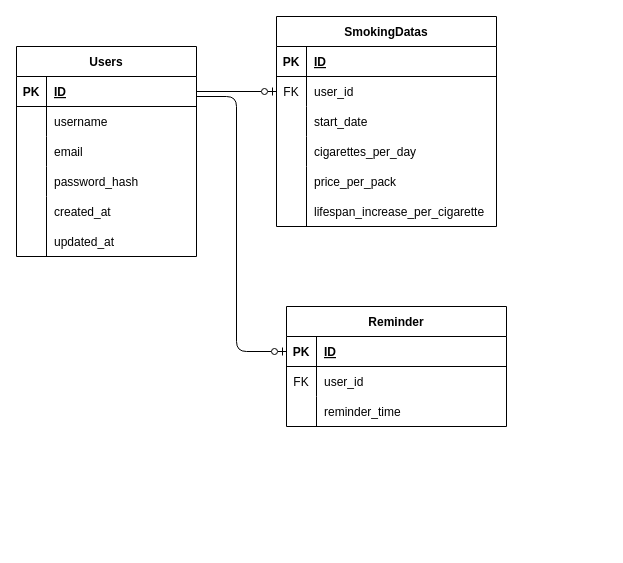
Earlier version of the draw.io diagram er.dio (hoshino1212/portfolio). Source tidied: cells renumbered, new cells numbered last; positions are measured from the earlier drawing's top-left corner, leaving out a move shared by most shapes. Both pictures are drawn from the tidied source at 100%, with x=0, y=0 at pixel (16, 16).
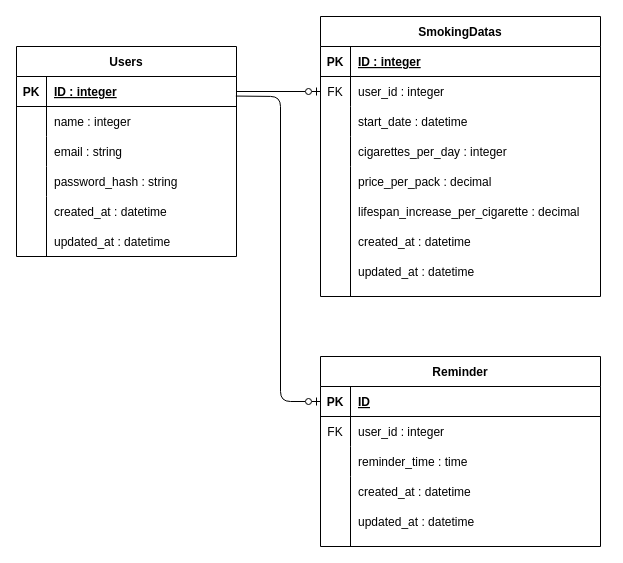
Above is the later version.

The change refers to these unchanged cells:
```xml
<mxCell id="15" style="shape=tableRow;horizontal=0;startSize=0;swimlaneHead=0;swimlaneBody=0;fillColor=none;top=0;left=0;right=0;bottom=0;" parent="1" vertex="1">
  <mxGeometry y="180" width="180" height="30" as="geometry" />
</mxCell>
```

Change to the diagram source:
```diff
@@
     <mxCell id="2" value="Users" style="shape=table;startSize=30;childLayout=tableLayout;rowLines=0;fontStyle=1;align=center;" parent="1" vertex="1">
-      <mxGeometry y="30" width="180" height="210" as="geometry" />
+      <mxGeometry y="30" width="220" height="210" as="geometry" />
     </mxCell>
     <mxCell id="3" style="shape=tableRow;horizontal=0;startSize=0;swimlaneHead=0;swimlaneBody=0;fillColor=none;points=[[0,0.5],[1,0.5]];portConstraint=eastwest;top=0;left=0;right=0;bottom=1;" parent="2" vertex="1">
-      <mxGeometry y="30" width="180" height="30" as="geometry" />
+      <mxGeometry y="30" width="220" height="30" as="geometry" />
     </mxCell>
@@
-    <mxCell id="5" value="ID" style="shape=partialRectangle;fillColor=none;top=0;left=0;bottom=0;right=0;align=left;spacingLeft=6;fontStyle=5;overflow=hidden;" parent="3" vertex="1">
-      <mxGeometry x="30" width="150" height="30" as="geometry" />
+    <mxCell id="5" value="ID : integer" style="shape=partialRectangle;fillColor=none;top=0;left=0;bottom=0;right=0;align=left;spacingLeft=6;fontStyle=5;overflow=hidden;" parent="3" vertex="1">
+      <mxGeometry x="30" width="190" height="30" as="geometry" />
     </mxCell>
     <mxCell id="6" style="shape=tableRow;horizontal=0;startSize=0;swimlaneHead=0;swimlaneBody=0;fillColor=none;top=0;left=0;right=0;bottom=0;" parent="2" vertex="1">
-      <mxGeometry y="60" width="180" height="30" as="geometry" />
+      <mxGeometry y="60" width="220" height="30" as="geometry" />
     </mxCell>
@@
-    <mxCell id="8" value="username" style="shape=partialRectangle;fillColor=none;top=0;left=0;bottom=0;right=0;align=left;spacingLeft=6;overflow=hidden;" parent="6" vertex="1">
-      <mxGeometry x="30" width="150" height="30" as="geometry" />
+    <mxCell id="8" value="name : integer" style="shape=partialRectangle;fillColor=none;top=0;left=0;bottom=0;right=0;align=left;spacingLeft=6;overflow=hidden;" parent="6" vertex="1">
+      <mxGeometry x="30" width="190" height="30" as="geometry" />
     </mxCell>
     <mxCell id="9" style="shape=tableRow;horizontal=0;startSize=0;swimlaneHead=0;swimlaneBody=0;fillColor=none;top=0;left=0;right=0;bottom=0;" parent="2" vertex="1">
-      <mxGeometry y="90" width="180" height="30" as="geometry" />
+      <mxGeometry y="90" width="220" height="30" as="geometry" />
     </mxCell>
@@
-    <mxCell id="11" value="email" style="shape=partialRectangle;fillColor=none;top=0;left=0;bottom=0;right=0;align=left;spacingLeft=6;overflow=hidden;" parent="9" vertex="1">
-      <mxGeometry x="30" width="150" height="30" as="geometry" />
+    <mxCell id="11" value="email : string" style="shape=partialRectangle;fillColor=none;top=0;left=0;bottom=0;right=0;align=left;spacingLeft=6;overflow=hidden;" parent="9" vertex="1">
+      <mxGeometry x="30" width="190" height="30" as="geometry" />
     </mxCell>
     <mxCell id="12" style="shape=tableRow;horizontal=0;startSize=0;swimlaneHead=0;swimlaneBody=0;fillColor=none;top=0;left=0;right=0;bottom=0;" parent="2" vertex="1">
-      <mxGeometry y="120" width="180" height="30" as="geometry" />
+      <mxGeometry y="120" width="220" height="30" as="geometry" />
     </mxCell>
@@
-    <mxCell id="14" value="password_hash" style="shape=partialRectangle;fillColor=none;top=0;left=0;bottom=0;right=0;align=left;spacingLeft=6;overflow=hidden;" parent="12" vertex="1">
-      <mxGeometry x="30" width="150" height="30" as="geometry" />
+    <mxCell id="14" value="password_hash : string" style="shape=partialRectangle;fillColor=none;top=0;left=0;bottom=0;right=0;align=left;spacingLeft=6;overflow=hidden;" parent="12" vertex="1">
+      <mxGeometry x="30" width="190" height="30" as="geometry" />
     </mxCell>
@@
-    <mxCell id="17" value="created_at" style="shape=partialRectangle;fillColor=none;top=0;left=0;bottom=0;right=0;align=left;spacingLeft=6;overflow=hidden;strokeColor=default;" parent="15" vertex="1">
+    <mxCell id="17" value="created_at : datetime" style="shape=partialRectangle;fillColor=none;top=0;left=0;bottom=0;right=0;align=left;spacingLeft=6;overflow=hidden;strokeColor=default;" parent="15" vertex="1">
       <mxGeometry x="30" width="150" height="30" as="geometry" />
     </mxCell>
-    <mxCell id="18" value="updated_at" style="shape=partialRectangle;fillColor=none;top=0;left=0;bottom=0;right=0;align=left;spacingLeft=6;overflow=hidden;strokeColor=default;" parent="1" vertex="1">
+    <mxCell id="18" value="updated_at : datetime" style="shape=partialRectangle;fillColor=none;top=0;left=0;bottom=0;right=0;align=left;spacingLeft=6;overflow=hidden;strokeColor=default;" parent="1" vertex="1">
       <mxGeometry x="30" y="210" width="150" height="30" as="geometry" />
     </mxCell>
@@
     <mxCell id="20" value="SmokingDatas" style="shape=table;startSize=30;childLayout=tableLayout;rowLines=0;fontStyle=1;align=center;" parent="1" vertex="1">
-      <mxGeometry x="260" width="220" height="210" as="geometry" />
+      <mxGeometry x="304" width="280" height="280" as="geometry" />
     </mxCell>
     <mxCell id="21" style="shape=tableRow;horizontal=0;startSize=0;swimlaneHead=0;swimlaneBody=0;fillColor=none;top=0;left=0;right=0;bottom=1;" parent="20" vertex="1">
-      <mxGeometry y="30" width="220" height="30" as="geometry" />
+      <mxGeometry y="30" width="280" height="30" as="geometry" />
     </mxCell>
@@
-    <mxCell id="23" value="ID" style="shape=partialRectangle;fillColor=none;top=0;left=0;bottom=0;right=0;align=left;spacingLeft=6;fontStyle=5;overflow=hidden;" parent="21" vertex="1">
-      <mxGeometry x="30" width="190" height="30" as="geometry" />
+    <mxCell id="23" value="ID : integer" style="shape=partialRectangle;fillColor=none;top=0;left=0;bottom=0;right=0;align=left;spacingLeft=6;fontStyle=5;overflow=hidden;" parent="21" vertex="1">
+      <mxGeometry x="30" width="250" height="30" as="geometry" />
     </mxCell>
     <mxCell id="24" style="shape=tableRow;horizontal=0;startSize=0;swimlaneHead=0;swimlaneBody=0;fillColor=none;points=[[0,0.5],[1,0.5]];portConstraint=eastwest;top=0;left=0;right=0;bottom=0;" parent="20" vertex="1">
-      <mxGeometry y="60" width="220" height="30" as="geometry" />
+      <mxGeometry y="60" width="280" height="30" as="geometry" />
     </mxCell>
@@
-    <mxCell id="26" value="user_id" style="shape=partialRectangle;fillColor=none;top=0;left=0;bottom=0;right=0;align=left;spacingLeft=6;overflow=hidden;" parent="24" vertex="1">
-      <mxGeometry x="30" width="190" height="30" as="geometry" />
+    <mxCell id="26" value="user_id : integer" style="shape=partialRectangle;fillColor=none;top=0;left=0;bottom=0;right=0;align=left;spacingLeft=6;overflow=hidden;" parent="24" vertex="1">
+      <mxGeometry x="30" width="250" height="30" as="geometry" />
     </mxCell>
     <mxCell id="27" style="shape=tableRow;horizontal=0;startSize=0;swimlaneHead=0;swimlaneBody=0;fillColor=none;top=0;left=0;right=0;bottom=0;" parent="20" vertex="1">
-      <mxGeometry y="90" width="220" height="30" as="geometry" />
+      <mxGeometry y="90" width="280" height="30" as="geometry" />
     </mxCell>
@@
-    <mxCell id="29" value="start_date" style="shape=partialRectangle;fillColor=none;top=0;left=0;bottom=0;right=0;align=left;spacingLeft=6;overflow=hidden;" parent="27" vertex="1">
-      <mxGeometry x="30" width="190" height="30" as="geometry" />
+    <mxCell id="29" value="start_date : datetime" style="shape=partialRectangle;fillColor=none;top=0;left=0;bottom=0;right=0;align=left;spacingLeft=6;overflow=hidden;" parent="27" vertex="1">
+      <mxGeometry x="30" width="250" height="30" as="geometry" />
     </mxCell>
     <mxCell id="30" style="shape=tableRow;horizontal=0;startSize=0;swimlaneHead=0;swimlaneBody=0;fillColor=none;top=0;left=0;right=0;bottom=0;" parent="20" vertex="1">
-      <mxGeometry y="120" width="220" height="30" as="geometry" />
+      <mxGeometry y="120" width="280" height="30" as="geometry" />
     </mxCell>
@@
-    <mxCell id="32" value="cigarettes_per_day" style="shape=partialRectangle;fillColor=none;top=0;left=0;bottom=0;right=0;align=left;spacingLeft=6;overflow=hidden;" parent="30" vertex="1">
-      <mxGeometry x="30" width="190" height="30" as="geometry" />
+    <mxCell id="32" value="cigarettes_per_day : integer" style="shape=partialRectangle;fillColor=none;top=0;left=0;bottom=0;right=0;align=left;spacingLeft=6;overflow=hidden;" parent="30" vertex="1">
+      <mxGeometry x="30" width="250" height="30" as="geometry" />
     </mxCell>
     <mxCell id="33" style="endArrow=none;html=1;" parent="1" edge="1">
       <mxGeometry relative="1" as="geometry">
-        <mxPoint x="290" y="210" as="sourcePoint" />
-        <mxPoint x="290" y="150" as="targetPoint" />
+        <mxPoint x="334" y="280" as="sourcePoint" />
+        <mxPoint x="334" y="150" as="targetPoint" />
       </mxGeometry>
     </mxCell>
-    <mxCell id="34" value="price_per_pack" style="shape=partialRectangle;fillColor=none;top=0;left=0;bottom=0;right=0;align=left;spacingLeft=6;overflow=hidden;" parent="1" vertex="1">
-      <mxGeometry x="290" y="150" width="150" height="30" as="geometry" />
+    <mxCell id="34" value="price_per_pack : decimal" style="shape=partialRectangle;fillColor=none;top=0;left=0;bottom=0;right=0;align=left;spacingLeft=6;overflow=hidden;" parent="1" vertex="1">
+      <mxGeometry x="334" y="150" width="150" height="30" as="geometry" />
     </mxCell>
-    <mxCell id="35" value="lifespan_increase_per_cigarette" style="shape=partialRectangle;fillColor=none;top=0;left=0;bottom=0;right=0;align=left;spacingLeft=6;overflow=hidden;" parent="1" vertex="1">
-      <mxGeometry x="290" y="180" width="190" height="30" as="geometry" />
+    <mxCell id="35" value="lifespan_increase_per_cigarette : decimal" style="shape=partialRectangle;fillColor=none;top=0;left=0;bottom=0;right=0;align=left;spacingLeft=6;overflow=hidden;" parent="1" vertex="1">
+      <mxGeometry x="334" y="180" width="256" height="30" as="geometry" />
     </mxCell>
     <mxCell id="36" value="Reminder" style="shape=table;startSize=30;childLayout=tableLayout;rowLines=0;fontStyle=1;align=center;" parent="1" vertex="1">
-      <mxGeometry x="270" y="290" width="220" height="120" as="geometry" />
+      <mxGeometry x="304" y="340" width="280" height="190" as="geometry" />
     </mxCell>
     <mxCell id="37" style="shape=tableRow;horizontal=0;startSize=0;swimlaneHead=0;swimlaneBody=0;fillColor=none;points=[[0,0.5],[1,0.5]];portConstraint=eastwest;top=0;left=0;right=0;bottom=1;" parent="36" vertex="1">
-      <mxGeometry y="30" width="220" height="30" as="geometry" />
+      <mxGeometry y="30" width="280" height="30" as="geometry" />
     </mxCell>
@@
     <mxCell id="39" value="ID" style="shape=partialRectangle;fillColor=none;top=0;left=0;bottom=0;right=0;align=left;spacingLeft=6;fontStyle=5;overflow=hidden;" parent="37" vertex="1">
-      <mxGeometry x="30" width="190" height="30" as="geometry" />
+      <mxGeometry x="30" width="250" height="30" as="geometry" />
     </mxCell>
     <mxCell id="40" style="shape=tableRow;horizontal=0;startSize=0;swimlaneHead=0;swimlaneBody=0;fillColor=none;top=0;left=0;right=0;bottom=0;" parent="36" vertex="1">
-      <mxGeometry y="60" width="220" height="30" as="geometry" />
+      <mxGeometry y="60" width="280" height="30" as="geometry" />
     </mxCell>
@@
-    <mxCell id="42" value="user_id" style="shape=partialRectangle;fillColor=none;top=0;left=0;bottom=0;right=0;align=left;spacingLeft=6;overflow=hidden;" parent="40" vertex="1">
-      <mxGeometry x="30" width="190" height="30" as="geometry" />
+    <mxCell id="42" value="user_id : integer" style="shape=partialRectangle;fillColor=none;top=0;left=0;bottom=0;right=0;align=left;spacingLeft=6;overflow=hidden;" parent="40" vertex="1">
+      <mxGeometry x="30" width="250" height="30" as="geometry" />
     </mxCell>
     <mxCell id="43" style="shape=tableRow;horizontal=0;startSize=0;swimlaneHead=0;swimlaneBody=0;fillColor=none;top=0;left=0;right=0;bottom=0;" parent="36" vertex="1">
-      <mxGeometry y="90" width="220" height="30" as="geometry" />
+      <mxGeometry y="90" width="280" height="30" as="geometry" />
     </mxCell>
@@
-    <mxCell id="45" value="reminder_time" style="shape=partialRectangle;fillColor=none;top=0;left=0;bottom=0;right=0;align=left;spacingLeft=6;overflow=hidden;" parent="43" vertex="1">
-      <mxGeometry x="30" width="190" height="30" as="geometry" />
+    <mxCell id="45" value="reminder_time : time" style="shape=partialRectangle;fillColor=none;top=0;left=0;bottom=0;right=0;align=left;spacingLeft=6;overflow=hidden;" parent="43" vertex="1">
+      <mxGeometry x="30" width="250" height="30" as="geometry" />
     </mxCell>
@@
-    <mxCell id="47" style="endArrow=ERzeroToOne;html=1;entryX=0;entryY=0.5;entryDx=0;entryDy=0;exitX=1;exitY=0.5;exitDx=0;exitDy=0;endFill=0;" parent="1" edge="1" target="37">
+    <mxCell id="47" style="endArrow=ERzeroToOne;html=1;entryX=0;entryY=0.5;entryDx=0;entryDy=0;exitX=0.997;exitY=0.652;exitDx=0;exitDy=0;endFill=0;exitPerimeter=0;" parent="1" edge="1" source="3" target="37">
       <mxGeometry relative="1" as="geometry">
-        <mxPoint x="180" y="80" as="sourcePoint" />
         <Array as="points">
-          <mxPoint x="220" y="80" />
-          <mxPoint x="220" y="335" />
+          <mxPoint x="264" y="80" />
+          <mxPoint x="264" y="385" />
         </Array>
       </mxGeometry>
     </mxCell>
+    <mxCell id="48" style="endArrow=none;html=1;" parent="1" edge="1">
+      <mxGeometry relative="1" as="geometry">
+        <mxPoint x="334" y="530" as="sourcePoint" />
+        <mxPoint x="334" y="460" as="targetPoint" />
+      </mxGeometry>
+    </mxCell>
+    <mxCell id="49" value="created_at : datetime" style="shape=partialRectangle;fillColor=none;top=0;left=0;bottom=0;right=0;align=left;spacingLeft=6;overflow=hidden;strokeColor=default;" parent="1" vertex="1">
+      <mxGeometry x="334" y="210" width="150" height="30" as="geometry" />
+    </mxCell>
+    <mxCell id="50" value="updated_at : datetime" style="shape=partialRectangle;fillColor=none;top=0;left=0;bottom=0;right=0;align=left;spacingLeft=6;overflow=hidden;strokeColor=default;" parent="1" vertex="1">
+      <mxGeometry x="334" y="240" width="150" height="30" as="geometry" />
+    </mxCell>
+    <mxCell id="51" value="created_at : datetime" style="shape=partialRectangle;fillColor=none;top=0;left=0;bottom=0;right=0;align=left;spacingLeft=6;overflow=hidden;strokeColor=default;" parent="1" vertex="1">
+      <mxGeometry x="334" y="460" width="150" height="30" as="geometry" />
+    </mxCell>
+    <mxCell id="52" value="updated_at : datetime" style="shape=partialRectangle;fillColor=none;top=0;left=0;bottom=0;right=0;align=left;spacingLeft=6;overflow=hidden;strokeColor=default;" parent="1" vertex="1">
+      <mxGeometry x="334" y="490" width="150" height="30" as="geometry" />
+    </mxCell>
```
